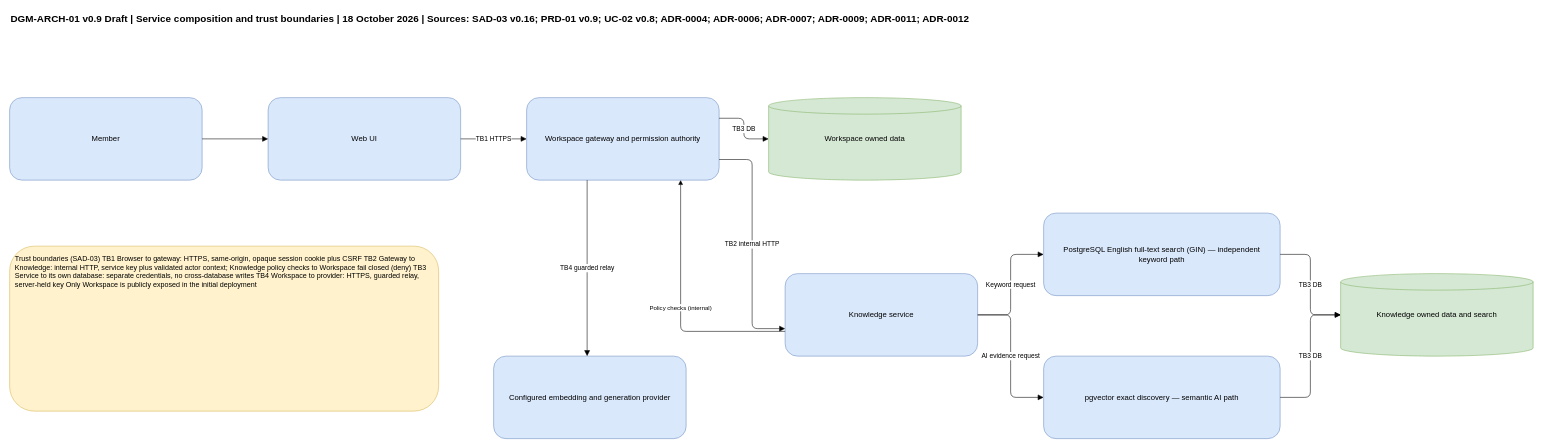
900M100CK/scrum-workspace-KMS-ai keeps this draw.io diagram as docs/sdlc/diagrams/architecture/service-composition.drawio. Above is the earlier version. Source tidied: cells renumbered, new cells numbered last; positions are measured from the earlier drawing's top-left corner, leaving out a move shared by most shapes. Both pictures are drawn from the tidied source at 55%, with x=0, y=0 at pixel (9, 9).
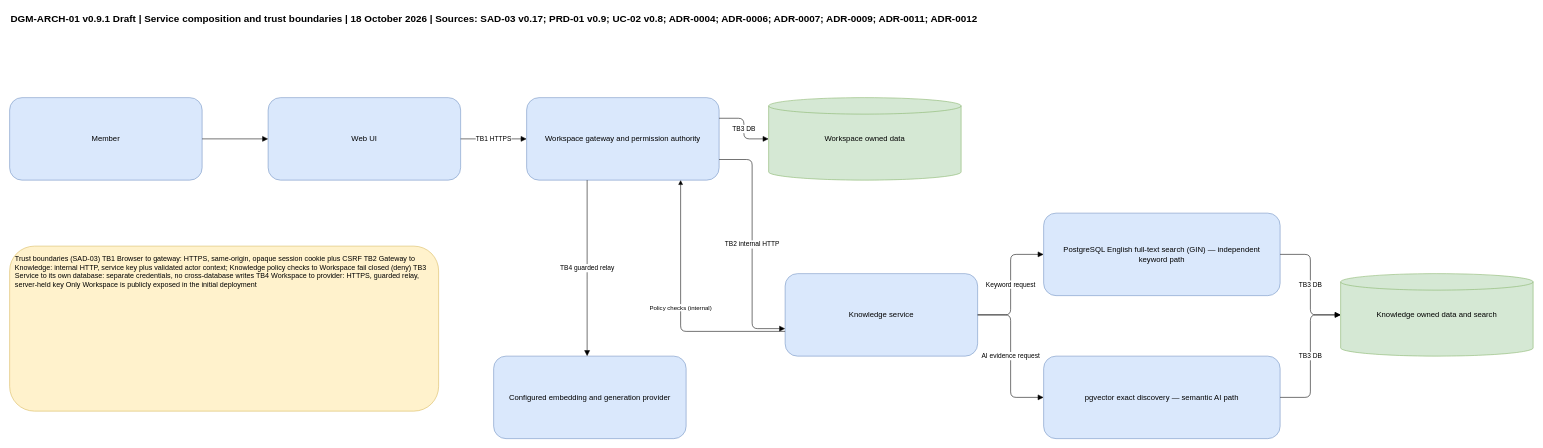
The same page after the edit.

Change to the diagram source:
```diff
@@
-    <mxCell id="2" value="DGM-ARCH-01 v0.9 Draft | Service composition and trust boundaries | 18 October 2026 | Sources: SAD-03 v0.16; PRD-01 v0.9; UC-02 v0.8; ADR-0004; ADR-0006; ADR-0007; ADR-0009; ADR-0011; ADR-0012" style="text;html=1;whiteSpace=wrap;fontSize=18;fontStyle=1;align=left;" parent="1" vertex="1">
+    <mxCell id="2" value="DGM-ARCH-01 v0.9.1 Draft | Service composition and trust boundaries | 18 October 2026 | Sources: SAD-03 v0.17; PRD-01 v0.9; UC-02 v0.8; ADR-0004; ADR-0006; ADR-0007; ADR-0009; ADR-0011; ADR-0012" style="text;html=1;whiteSpace=wrap;fontSize=18;fontStyle=1;align=left;" parent="1" vertex="1">
       <mxGeometry width="2700" height="100" as="geometry" />
     </mxCell>
```
